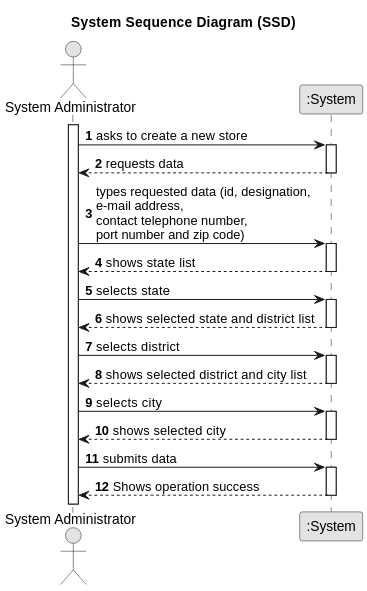
Above: docs/Sprint-B/US005/01.requirements-engineering/svg/us005-system-sequence-diagram.svg in Rodrick0209/ISEP-LAPR2-22-23 (PlantUML), before the change.
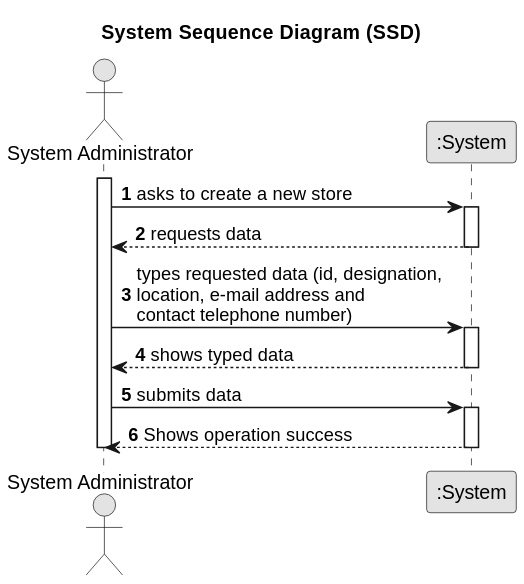
The same diagram one commit later.

Diff of the diagram source:
```diff
@@ -18,28 +18,15 @@
         System --> Administrator : requests data
         deactivate System
 
-    Administrator -> System : types requested data (id, designation, \ne-mail address, \ncontact telephone number, \nport number and zip code)
+    Administrator -> System : types requested data (id, designation, \nlocation, e-mail address and \ncontact telephone number)
     activate System
-        System --> Administrator: shows state list
-        deactivate System
-
-    Administrator -> System: selects state
-    activate System
-        System --> Administrator: shows selected state and district list
-        deactivate System
-
-    Administrator -> System: selects district
-    activate System
-        System --> Administrator: shows selected district and city list
-        deactivate System
-
-    Administrator -> System: selects city
-    activate System
-        System --> Administrator: shows selected city
+        System --> Administrator: shows typed data
         deactivate System
 
     Administrator -> System : submits data
     activate System
         System --> Administrator : Shows operation success
         deactivate System
+
+deactivate Administrator
 @enduml
```
